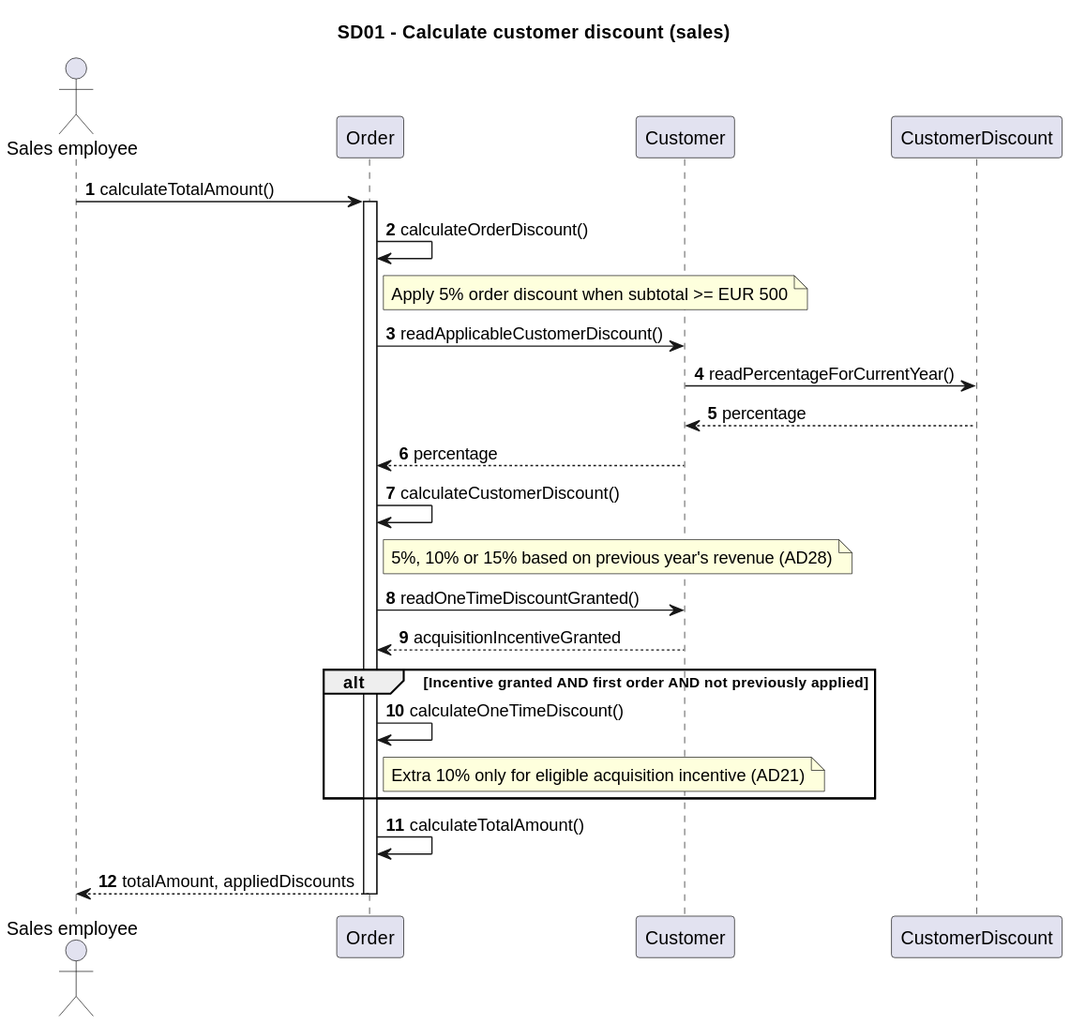
The PlantUML diagram Documentation/Architecture/uml/export/sequence_diagrams/SD01_Klantenkorting.svg in ViktorQorri/Project-Timaflu, before a commit.
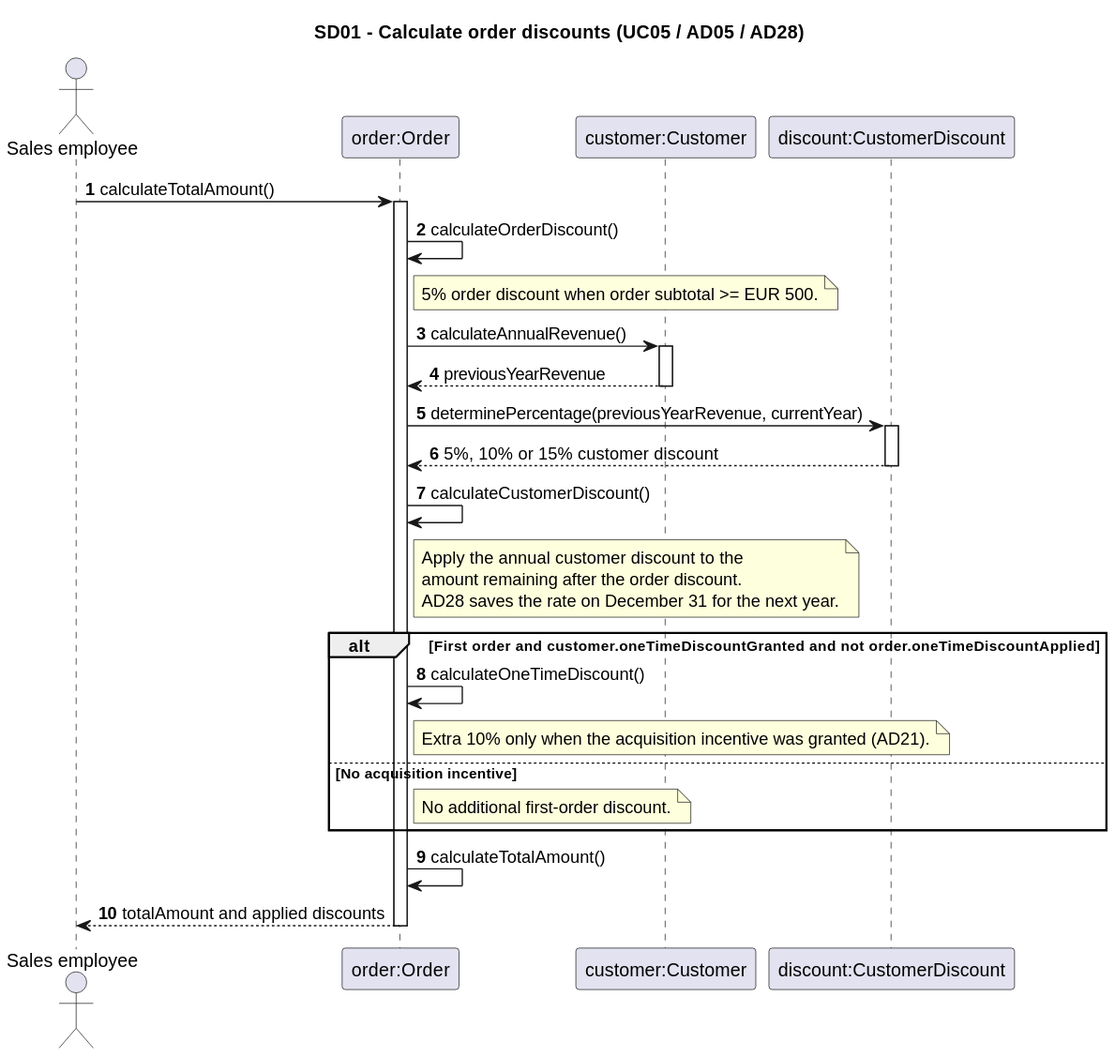
After the change.

Change to the diagram source:
```diff
@@ -1,29 +1,35 @@
 @startuml
-title SD01 - Calculate customer discount (sales)
+title SD01 - Calculate order discounts (UC05 / AD05 / AD28)
 autonumber
-
-actor "Sales employee" as V
-participant "Order" as O
-participant "Customer" as K
-participant "CustomerDiscount" as D
-
-V -> O: calculateTotalAmount()
+actor "Sales employee" as Sales
+participant "order:Order" as O
+participant "customer:Customer" as C
+participant "discount:CustomerDiscount" as D
+Sales -> O: calculateTotalAmount()
 activate O
 O -> O: calculateOrderDiscount()
-note right of O: Apply 5% order discount when subtotal >= EUR 500
-O -> K: readApplicableCustomerDiscount()
-K -> D: readPercentageForCurrentYear()
-D --> K: percentage
-K --> O: percentage
+note right of O: 5% order discount when order subtotal >= EUR 500.
+O -> C: calculateAnnualRevenue()
+activate C
+C --> O: previousYearRevenue
+deactivate C
+O -> D: determinePercentage(previousYearRevenue, currentYear)
+activate D
+D --> O: 5%, 10% or 15% customer discount
+deactivate D
 O -> O: calculateCustomerDiscount()
-note right of O: 5%, 10% or 15% based on previous year's revenue (AD28)
-O -> K: readOneTimeDiscountGranted()
-K --> O: acquisitionIncentiveGranted
-alt Incentive granted AND first order AND not previously applied
+note right of O
+  Apply the annual customer discount to the
+  amount remaining after the order discount.
+  AD28 saves the rate on December 31 for the next year.
+end note
+alt First order and customer.oneTimeDiscountGranted and not order.oneTimeDiscountApplied
   O -> O: calculateOneTimeDiscount()
-  note right of O: Extra 10% only for eligible acquisition incentive (AD21)
+  note right of O: Extra 10% only when the acquisition incentive was granted (AD21).
+else No acquisition incentive
+  note right of O: No additional first-order discount.
 end
 O -> O: calculateTotalAmount()
-O --> V: totalAmount, appliedDiscounts
+O --> Sales: totalAmount and applied discounts
 deactivate O
 @enduml
```
